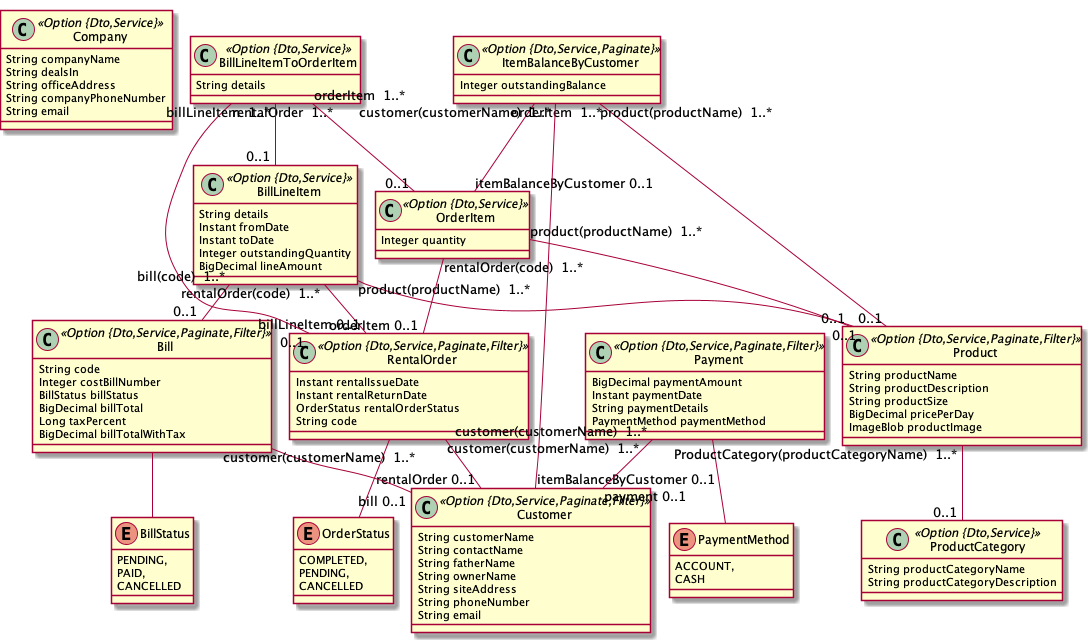
Before: ShutteringStoreInventory.png, a diagram exported from PlantUML (makeitgoals/rentalstore). Source of this version:
```plantuml
@startuml
	!pragma graphviz_dot jdot
	!pragma syntax class
	class Company <<Option {Dto,Service}>> {
		String companyName
		String dealsIn
		String officeAddress
		String companyPhoneNumber
		String email
	}
	class Customer <<Option {Dto,Service,Paginate,Filter}>> {
		String customerName
		String contactName
		String fatherName
		String ownerName
		String siteAddress
		String phoneNumber
		String email
	}
	class Product <<Option {Dto,Service,Paginate,Filter}>> {
		String productName
		String productDescription
		String productSize
		BigDecimal pricePerDay
		ImageBlob productImage
	}
	class ProductCategory <<Option {Dto,Service}>> {
		String productCategoryName
		String productCategoryDescription
	}
	class RentalOrder <<Option {Dto,Service,Paginate,Filter}>> {
		Instant rentalIssueDate
		Instant rentalReturnDate
		OrderStatus rentalOrderStatus
		String code
	}
	RentalOrder ..> OrderStatus
	enum OrderStatus {
		COMPLETED,
		PENDING,
		CANCELLED
	}
	class OrderItem <<Option {Dto,Service}>> {
		Integer quantity
	}
	class ItemBalanceByCustomer <<Option {Dto,Service,Paginate}>> {
		Integer outstandingBalance
	}
	class Bill <<Option {Dto,Service,Paginate,Filter}>> {
		String code
		Integer costBillNumber
		BillStatus billStatus
		BigDecimal billTotal
		Long taxPercent
		BigDecimal billTotalWithTax
	}
	Bill ..> BillStatus
	enum BillStatus {
		PENDING,
		PAID,
		CANCELLED
	}
	class BillLineItem <<Option {Dto,Service}>> {
		String details
		Instant fromDate
		Instant toDate
		Integer outstandingQuantity
		BigDecimal lineAmount
	}
	class BillLineItemToOrderItem <<Option {Dto,Service}>> {
		String details
	}
	class Payment <<Option {Dto,Service,Paginate,Filter}>> {
		BigDecimal paymentAmount
		Instant paymentDate
		String paymentDetails
		PaymentMethod paymentMethod
	}
	Payment ..> PaymentMethod
	enum PaymentMethod {
		ACCOUNT,
		CASH
	}
	Product  "ProductCategory(productCategoryName)  1..* " o-- "0..1 "  ProductCategory
	ItemBalanceByCustomer  "product(productName)  1..* " o-- "0..1 "  Product
	ItemBalanceByCustomer  "orderItem  1..* " o-- "itemBalanceByCustomer 0..1 "  OrderItem
	ItemBalanceByCustomer  "customer(customerName)  1..* " o-- "itemBalanceByCustomer 0..1 "  Customer
	BillLineItem  "product(productName)  1..* " o-- "0..1 "  Product
	BillLineItem  "bill(code)  1..* " o-- "0..1 "  Bill
	BillLineItem  "rentalOrder(code)  1..* " o-- "billLineItem 0..1 "  RentalOrder
	BillLineItemToOrderItem  "orderItem  1..* " o-- "0..1 "  OrderItem
	BillLineItemToOrderItem  "rentalOrder  1..* " o-- "0..1 "  RentalOrder
	BillLineItemToOrderItem  "billLineItem  1..* " o-- "0..1 "  BillLineItem
	OrderItem  "rentalOrder(code)  1..* " o-- "orderItem 0..1 "  RentalOrder
	OrderItem  "product(productName)  1..* " o-- "0..1 "  Product
	RentalOrder  "customer(customerName)  1..* " o-- "rentalOrder 0..1 "  Customer
	Bill  "customer(customerName)  1..* " o-- "bill 0..1 "  Customer
	Payment  "customer(customerName)  1..* " o-- "payment 0..1 "  Customer
@enduml
```
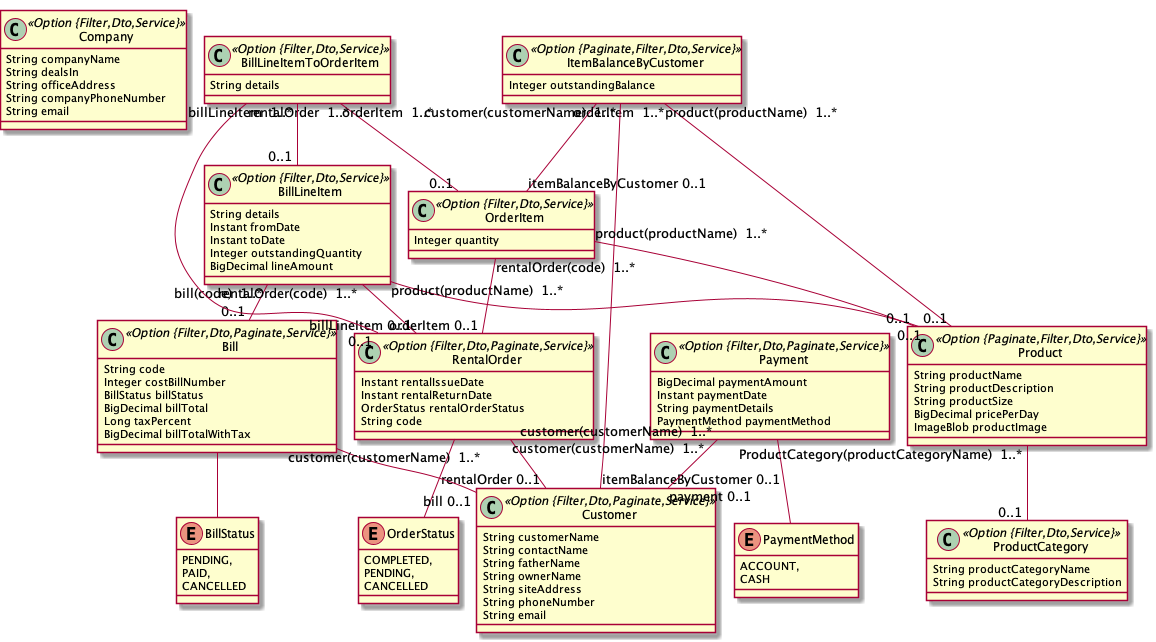
After the commit.

What changed in the source:
```diff
@@ -1,14 +1,14 @@
 @startuml
 	!pragma graphviz_dot jdot
 	!pragma syntax class
-	class Company <<Option {Dto,Service}>> {
+	class Company <<Option {Filter,Dto,Service}>> {
 		String companyName
 		String dealsIn
 		String officeAddress
 		String companyPhoneNumber
 		String email
 	}
-	class Customer <<Option {Dto,Service,Paginate,Filter}>> {
+	class Customer <<Option {Filter,Dto,Paginate,Service}>> {
 		String customerName
 		String contactName
 		String fatherName
@@ -17,18 +17,18 @@
 		String phoneNumber
 		String email
 	}
-	class Product <<Option {Dto,Service,Paginate,Filter}>> {
+	class Product <<Option {Paginate,Filter,Dto,Service}>> {
 		String productName
 		String productDescription
 		String productSize
 		BigDecimal pricePerDay
 		ImageBlob productImage
 	}
-	class ProductCategory <<Option {Dto,Service}>> {
+	class ProductCategory <<Option {Filter,Dto,Service}>> {
 		String productCategoryName
 		String productCategoryDescription
 	}
-	class RentalOrder <<Option {Dto,Service,Paginate,Filter}>> {
+	class RentalOrder <<Option {Filter,Dto,Paginate,Service}>> {
 		Instant rentalIssueDate
 		Instant rentalReturnDate
 		OrderStatus rentalOrderStatus
@@ -40,13 +40,13 @@
 		PENDING,
 		CANCELLED
 	}
-	class OrderItem <<Option {Dto,Service}>> {
+	class OrderItem <<Option {Filter,Dto,Service}>> {
 		Integer quantity
 	}
-	class ItemBalanceByCustomer <<Option {Dto,Service,Paginate}>> {
+	class ItemBalanceByCustomer <<Option {Paginate,Filter,Dto,Service}>> {
 		Integer outstandingBalance
 	}
-	class Bill <<Option {Dto,Service,Paginate,Filter}>> {
+	class Bill <<Option {Filter,Dto,Paginate,Service}>> {
 		String code
 		Integer costBillNumber
 		BillStatus billStatus
@@ -60,17 +60,17 @@
 		PAID,
 		CANCELLED
 	}
-	class BillLineItem <<Option {Dto,Service}>> {
+	class BillLineItem <<Option {Filter,Dto,Service}>> {
 		String details
 		Instant fromDate
 		Instant toDate
 		Integer outstandingQuantity
 		BigDecimal lineAmount
 	}
-	class BillLineItemToOrderItem <<Option {Dto,Service}>> {
+	class BillLineItemToOrderItem <<Option {Filter,Dto,Service}>> {
 		String details
 	}
-	class Payment <<Option {Dto,Service,Paginate,Filter}>> {
+	class Payment <<Option {Filter,Dto,Paginate,Service}>> {
 		BigDecimal paymentAmount
 		Instant paymentDate
 		String paymentDetails
```
